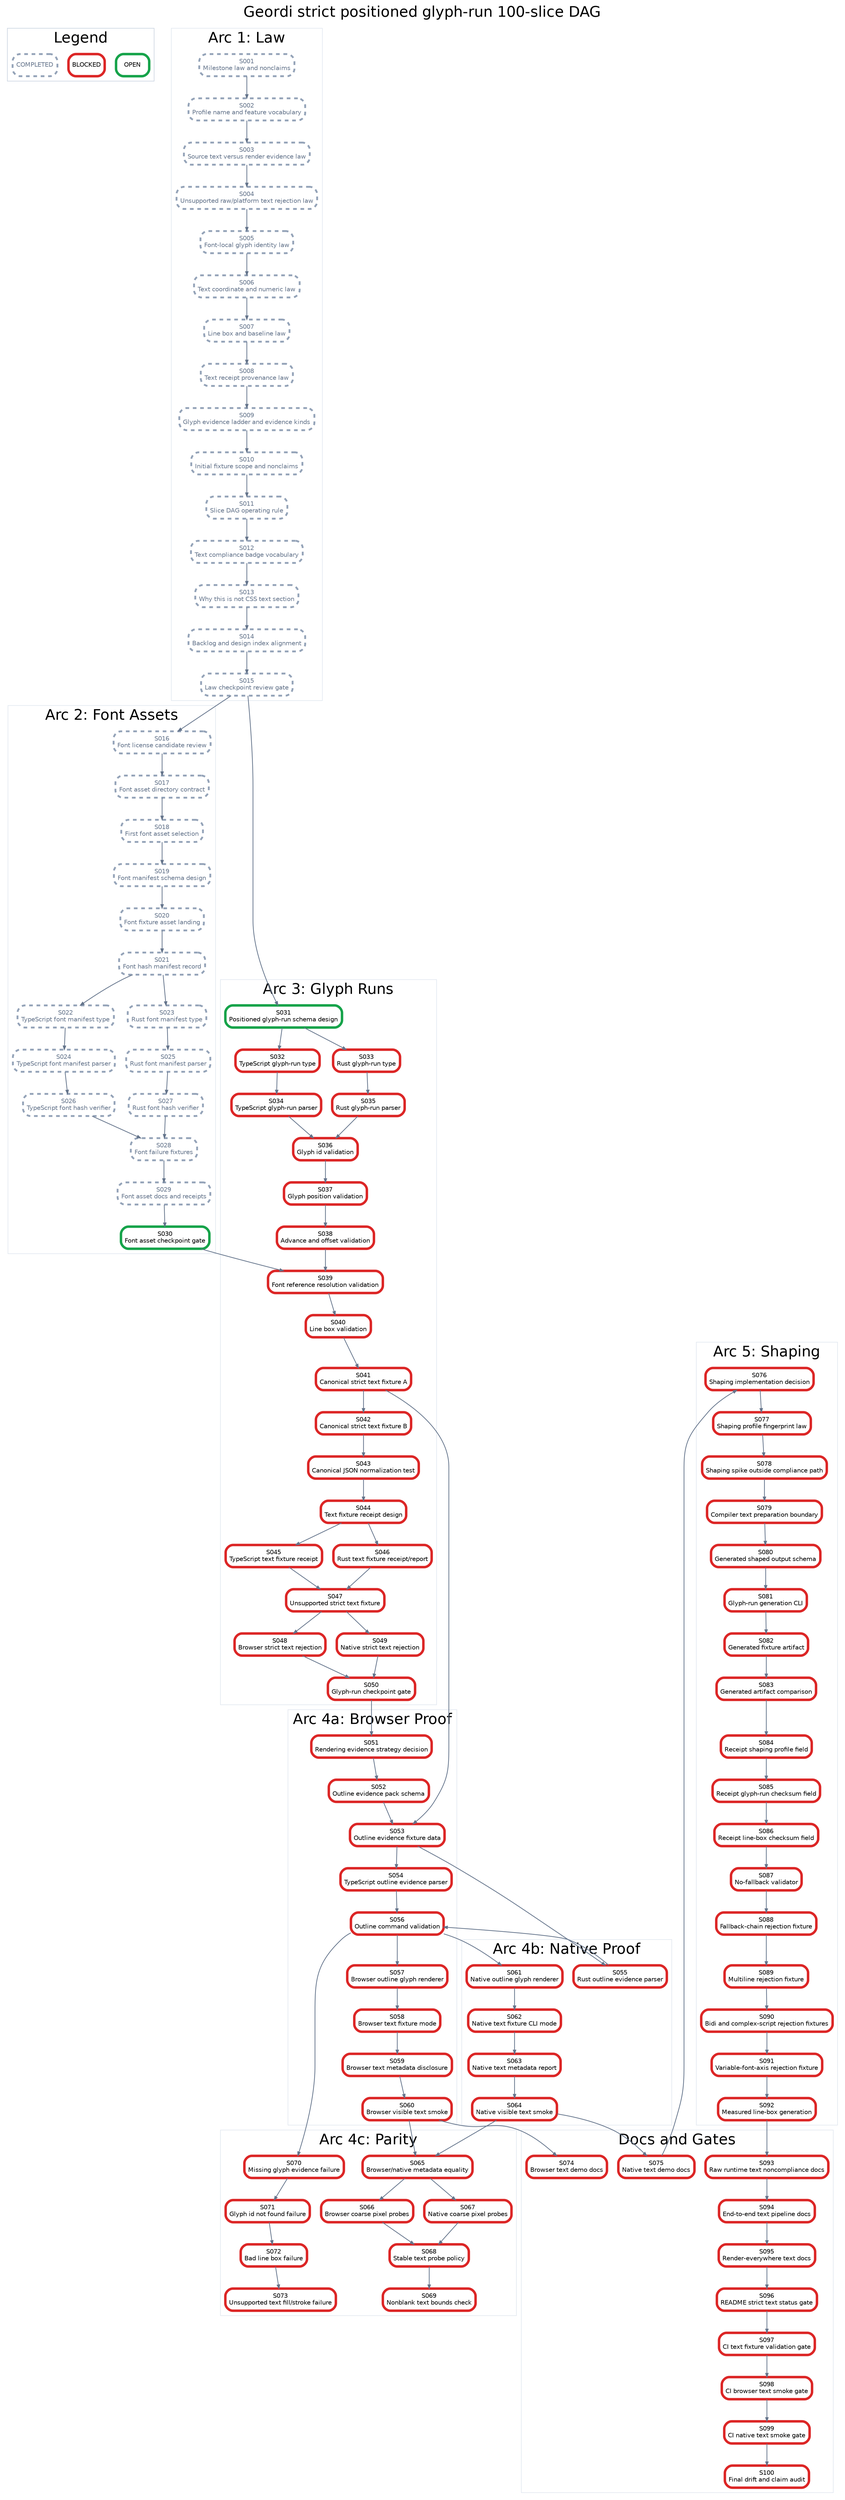
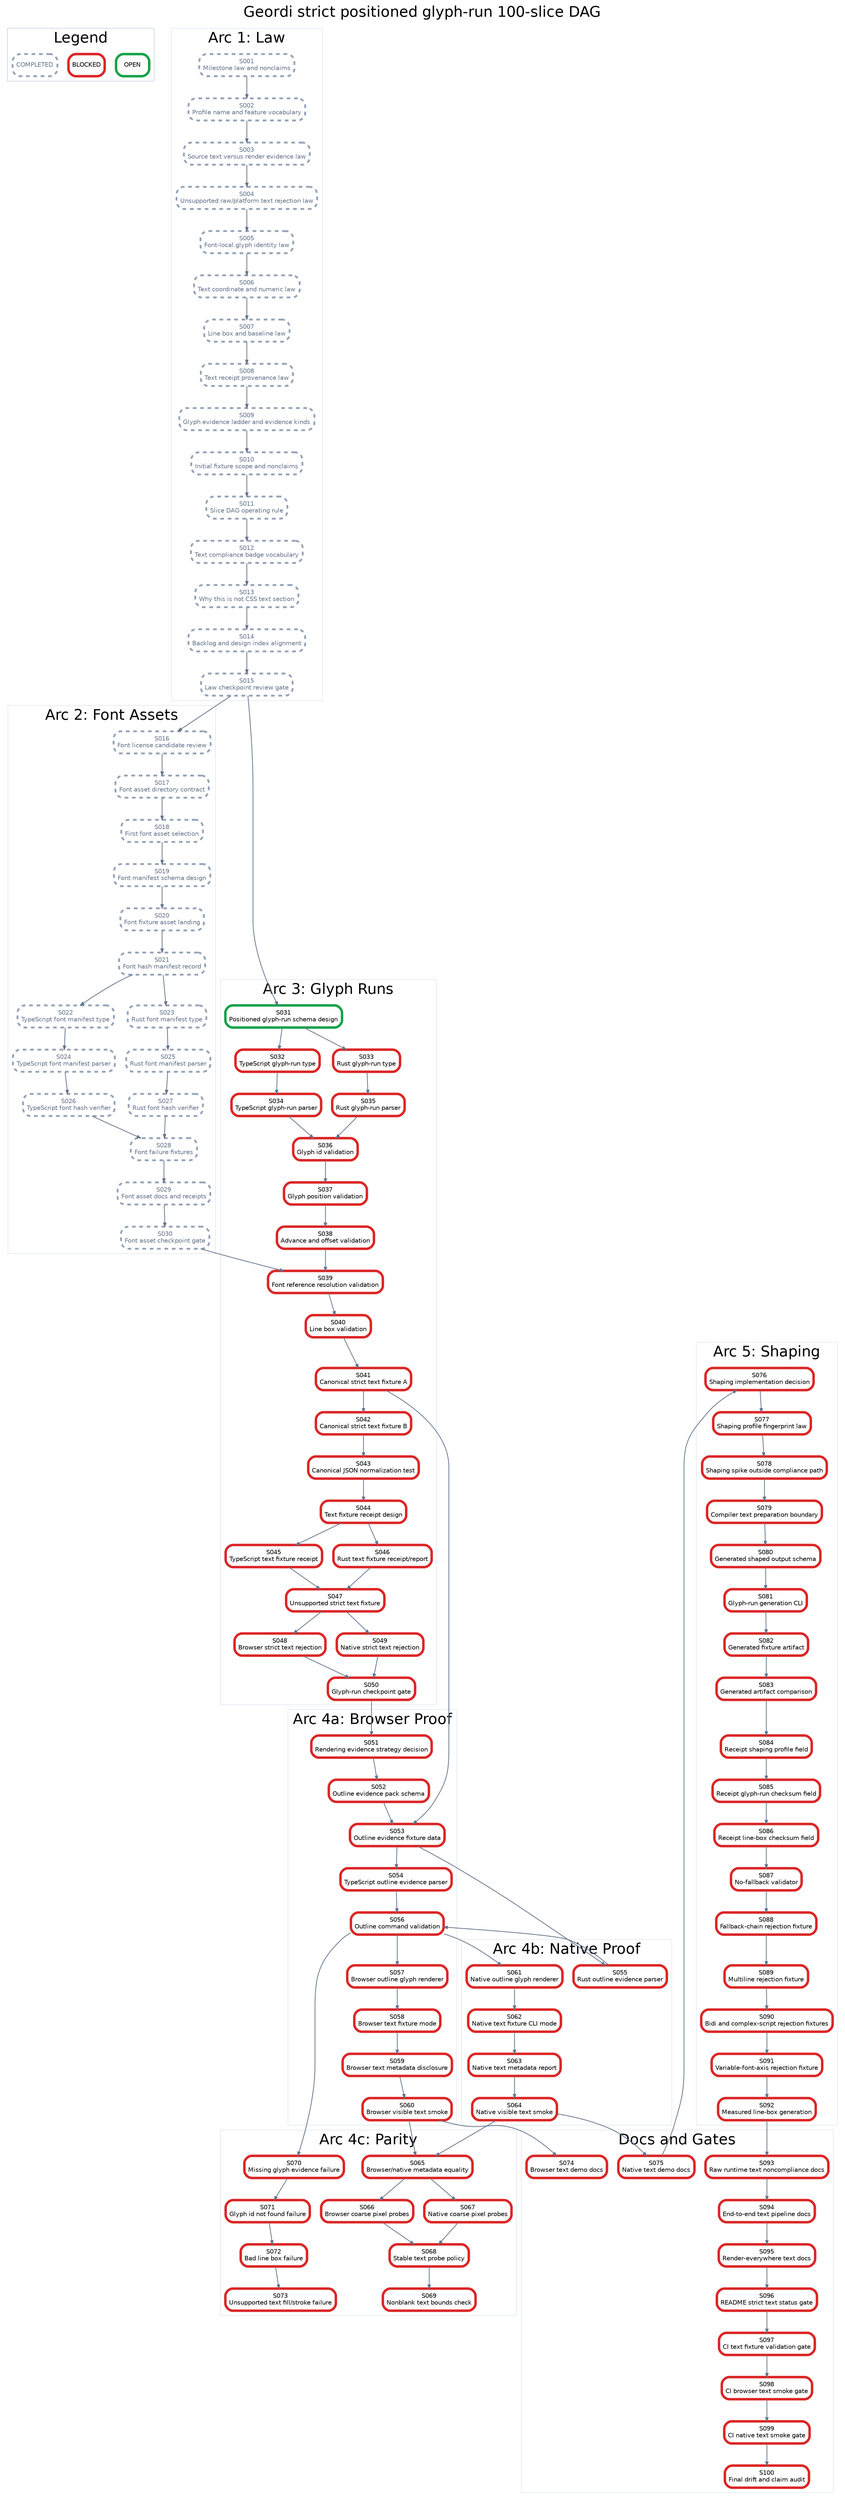
digraph StrictPositionedGlyphRunPlan {
  graph [rankdir=TB, bgcolor="white", fontname="Helvetica", label="Geordi strict positioned glyph-run 100-slice DAG", labelloc="t", fontsize=24];
  node [shape=box, style="rounded,filled", fillcolor="white", fontname="Helvetica", fontsize=10, margin="0.08,0.05"];
  edge [color="#64748b", arrowsize=0.6, penwidth=1.2];

  subgraph cluster_legend {
    label="Legend";
    color="#cbd5e1";
    legend_open [label="OPEN", color="#16a34a", penwidth=4];
    legend_blocked [label="BLOCKED", color="#dc2626", penwidth=4];
    legend_done [label="COMPLETED", color="#94a3b8", penwidth=3, style="rounded,filled,dashed", fontcolor="#64748b"];
  }

  subgraph cluster_law {
    label="Arc 1: Law";
    color="#e2e8f0";
    S001 [label="S001\nMilestone law and nonclaims", color="#94a3b8", penwidth=3, style="rounded,filled,dashed", fontcolor="#64748b"];
    S002 [label="S002\nProfile name and feature vocabulary", color="#94a3b8", penwidth=3, style="rounded,filled,dashed", fontcolor="#64748b"];
    S003 [label="S003\nSource text versus render evidence law", color="#94a3b8", penwidth=3, style="rounded,filled,dashed", fontcolor="#64748b"];
    S004 [label="S004\nUnsupported raw/platform text rejection law", color="#94a3b8", penwidth=3, style="rounded,filled,dashed", fontcolor="#64748b"];
    S005 [label="S005\nFont-local glyph identity law", color="#94a3b8", penwidth=3, style="rounded,filled,dashed", fontcolor="#64748b"];
    S006 [label="S006\nText coordinate and numeric law", color="#94a3b8", penwidth=3, style="rounded,filled,dashed", fontcolor="#64748b"];
    S007 [label="S007\nLine box and baseline law", color="#94a3b8", penwidth=3, style="rounded,filled,dashed", fontcolor="#64748b"];
    S008 [label="S008\nText receipt provenance law", color="#94a3b8", penwidth=3, style="rounded,filled,dashed", fontcolor="#64748b"];
    S009 [label="S009\nGlyph evidence ladder and evidence kinds", color="#94a3b8", penwidth=3, style="rounded,filled,dashed", fontcolor="#64748b"];
    S010 [label="S010\nInitial fixture scope and nonclaims", color="#94a3b8", penwidth=3, style="rounded,filled,dashed", fontcolor="#64748b"];
    S011 [label="S011\nSlice DAG operating rule", color="#94a3b8", penwidth=3, style="rounded,filled,dashed", fontcolor="#64748b"];
    S012 [label="S012\nText compliance badge vocabulary", color="#94a3b8", penwidth=3, style="rounded,filled,dashed", fontcolor="#64748b"];
    S013 [label="S013\nWhy this is not CSS text section", color="#94a3b8", penwidth=3, style="rounded,filled,dashed", fontcolor="#64748b"];
    S014 [label="S014\nBacklog and design index alignment", color="#94a3b8", penwidth=3, style="rounded,filled,dashed", fontcolor="#64748b"];
    S015 [label="S015\nLaw checkpoint review gate", color="#94a3b8", penwidth=3, style="rounded,filled,dashed", fontcolor="#64748b"];
  }

  subgraph cluster_assets {
    label="Arc 2: Font Assets";
    color="#e2e8f0";
    S016 [label="S016\nFont license candidate review", color="#94a3b8", penwidth=3, style="rounded,filled,dashed", fontcolor="#64748b"];
    S017 [label="S017\nFont asset directory contract", color="#94a3b8", penwidth=3, style="rounded,filled,dashed", fontcolor="#64748b"];
    S018 [label="S018\nFirst font asset selection", color="#94a3b8", penwidth=3, style="rounded,filled,dashed", fontcolor="#64748b"];
    S019 [label="S019\nFont manifest schema design", color="#94a3b8", penwidth=3, style="rounded,filled,dashed", fontcolor="#64748b"];
    S020 [label="S020\nFont fixture asset landing", color="#94a3b8", penwidth=3, style="rounded,filled,dashed", fontcolor="#64748b"];
    S021 [label="S021\nFont hash manifest record", color="#94a3b8", penwidth=3, style="rounded,filled,dashed", fontcolor="#64748b"];
    S022 [label="S022\nTypeScript font manifest type", color="#94a3b8", penwidth=3, style="rounded,filled,dashed", fontcolor="#64748b"];
    S023 [label="S023\nRust font manifest type", color="#94a3b8", penwidth=3, style="rounded,filled,dashed", fontcolor="#64748b"];
    S024 [label="S024\nTypeScript font manifest parser", color="#94a3b8", penwidth=3, style="rounded,filled,dashed", fontcolor="#64748b"];
    S025 [label="S025\nRust font manifest parser", color="#94a3b8", penwidth=3, style="rounded,filled,dashed", fontcolor="#64748b"];
    S026 [label="S026\nTypeScript font hash verifier", color="#94a3b8", penwidth=3, style="rounded,filled,dashed", fontcolor="#64748b"];
    S027 [label="S027\nRust font hash verifier", color="#94a3b8", penwidth=3, style="rounded,filled,dashed", fontcolor="#64748b"];
    S028 [label="S028\nFont failure fixtures", color="#94a3b8", penwidth=3, style="rounded,filled,dashed", fontcolor="#64748b"];
    S029 [label="S029\nFont asset docs and receipts", color="#94a3b8", penwidth=3, style="rounded,filled,dashed", fontcolor="#64748b"];
-     S030 [label="S030\nFont asset checkpoint gate", color="#16a34a", penwidth=4];
+     S030 [label="S030\nFont asset checkpoint gate", color="#94a3b8", penwidth=3, style="rounded,filled,dashed", fontcolor="#64748b"];
  }

  subgraph cluster_glyph {
    label="Arc 3: Glyph Runs";
    color="#e2e8f0";
    S031 [label="S031\nPositioned glyph-run schema design", color="#16a34a", penwidth=4];
    S032 [label="S032\nTypeScript glyph-run type", color="#dc2626", penwidth=4];
    S033 [label="S033\nRust glyph-run type", color="#dc2626", penwidth=4];
    S034 [label="S034\nTypeScript glyph-run parser", color="#dc2626", penwidth=4];
    S035 [label="S035\nRust glyph-run parser", color="#dc2626", penwidth=4];
    S036 [label="S036\nGlyph id validation", color="#dc2626", penwidth=4];
    S037 [label="S037\nGlyph position validation", color="#dc2626", penwidth=4];
    S038 [label="S038\nAdvance and offset validation", color="#dc2626", penwidth=4];
    S039 [label="S039\nFont reference resolution validation", color="#dc2626", penwidth=4];
    S040 [label="S040\nLine box validation", color="#dc2626", penwidth=4];
    S041 [label="S041\nCanonical strict text fixture A", color="#dc2626", penwidth=4];
    S042 [label="S042\nCanonical strict text fixture B", color="#dc2626", penwidth=4];
    S043 [label="S043\nCanonical JSON normalization test", color="#dc2626", penwidth=4];
    S044 [label="S044\nText fixture receipt design", color="#dc2626", penwidth=4];
    S045 [label="S045\nTypeScript text fixture receipt", color="#dc2626", penwidth=4];
    S046 [label="S046\nRust text fixture receipt/report", color="#dc2626", penwidth=4];
    S047 [label="S047\nUnsupported strict text fixture", color="#dc2626", penwidth=4];
    S048 [label="S048\nBrowser strict text rejection", color="#dc2626", penwidth=4];
    S049 [label="S049\nNative strict text rejection", color="#dc2626", penwidth=4];
    S050 [label="S050\nGlyph-run checkpoint gate", color="#dc2626", penwidth=4];
  }

  subgraph cluster_browser {
    label="Arc 4a: Browser Proof";
    color="#e2e8f0";
    S051 [label="S051\nRendering evidence strategy decision", color="#dc2626", penwidth=4];
    S052 [label="S052\nOutline evidence pack schema", color="#dc2626", penwidth=4];
    S053 [label="S053\nOutline evidence fixture data", color="#dc2626", penwidth=4];
    S054 [label="S054\nTypeScript outline evidence parser", color="#dc2626", penwidth=4];
    S056 [label="S056\nOutline command validation", color="#dc2626", penwidth=4];
    S057 [label="S057\nBrowser outline glyph renderer", color="#dc2626", penwidth=4];
    S058 [label="S058\nBrowser text fixture mode", color="#dc2626", penwidth=4];
    S059 [label="S059\nBrowser text metadata disclosure", color="#dc2626", penwidth=4];
    S060 [label="S060\nBrowser visible text smoke", color="#dc2626", penwidth=4];
  }

  subgraph cluster_native {
    label="Arc 4b: Native Proof";
    color="#e2e8f0";
    S055 [label="S055\nRust outline evidence parser", color="#dc2626", penwidth=4];
    S061 [label="S061\nNative outline glyph renderer", color="#dc2626", penwidth=4];
    S062 [label="S062\nNative text fixture CLI mode", color="#dc2626", penwidth=4];
    S063 [label="S063\nNative text metadata report", color="#dc2626", penwidth=4];
    S064 [label="S064\nNative visible text smoke", color="#dc2626", penwidth=4];
  }

  subgraph cluster_parity {
    label="Arc 4c: Parity";
    color="#e2e8f0";
    S065 [label="S065\nBrowser/native metadata equality", color="#dc2626", penwidth=4];
    S066 [label="S066\nBrowser coarse pixel probes", color="#dc2626", penwidth=4];
    S067 [label="S067\nNative coarse pixel probes", color="#dc2626", penwidth=4];
    S068 [label="S068\nStable text probe policy", color="#dc2626", penwidth=4];
    S069 [label="S069\nNonblank text bounds check", color="#dc2626", penwidth=4];
    S070 [label="S070\nMissing glyph evidence failure", color="#dc2626", penwidth=4];
    S071 [label="S071\nGlyph id not found failure", color="#dc2626", penwidth=4];
    S072 [label="S072\nBad line box failure", color="#dc2626", penwidth=4];
    S073 [label="S073\nUnsupported text fill/stroke failure", color="#dc2626", penwidth=4];
  }

  subgraph cluster_shaping {
    label="Arc 5: Shaping";
    color="#e2e8f0";
    S076 [label="S076\nShaping implementation decision", color="#dc2626", penwidth=4];
    S077 [label="S077\nShaping profile fingerprint law", color="#dc2626", penwidth=4];
    S078 [label="S078\nShaping spike outside compliance path", color="#dc2626", penwidth=4];
    S079 [label="S079\nCompiler text preparation boundary", color="#dc2626", penwidth=4];
    S080 [label="S080\nGenerated shaped output schema", color="#dc2626", penwidth=4];
    S081 [label="S081\nGlyph-run generation CLI", color="#dc2626", penwidth=4];
    S082 [label="S082\nGenerated fixture artifact", color="#dc2626", penwidth=4];
    S083 [label="S083\nGenerated artifact comparison", color="#dc2626", penwidth=4];
    S084 [label="S084\nReceipt shaping profile field", color="#dc2626", penwidth=4];
    S085 [label="S085\nReceipt glyph-run checksum field", color="#dc2626", penwidth=4];
    S086 [label="S086\nReceipt line-box checksum field", color="#dc2626", penwidth=4];
    S087 [label="S087\nNo-fallback validator", color="#dc2626", penwidth=4];
    S088 [label="S088\nFallback-chain rejection fixture", color="#dc2626", penwidth=4];
    S089 [label="S089\nMultiline rejection fixture", color="#dc2626", penwidth=4];
    S090 [label="S090\nBidi and complex-script rejection fixtures", color="#dc2626", penwidth=4];
    S091 [label="S091\nVariable-font-axis rejection fixture", color="#dc2626", penwidth=4];
    S092 [label="S092\nMeasured line-box generation", color="#dc2626", penwidth=4];
  }

  subgraph cluster_docs {
    label="Docs and Gates";
    color="#e2e8f0";
    S074 [label="S074\nBrowser text demo docs", color="#dc2626", penwidth=4];
    S075 [label="S075\nNative text demo docs", color="#dc2626", penwidth=4];
    S093 [label="S093\nRaw runtime text noncompliance docs", color="#dc2626", penwidth=4];
    S094 [label="S094\nEnd-to-end text pipeline docs", color="#dc2626", penwidth=4];
    S095 [label="S095\nRender-everywhere text docs", color="#dc2626", penwidth=4];
    S096 [label="S096\nREADME strict text status gate", color="#dc2626", penwidth=4];
    S097 [label="S097\nCI text fixture validation gate", color="#dc2626", penwidth=4];
    S098 [label="S098\nCI browser text smoke gate", color="#dc2626", penwidth=4];
    S099 [label="S099\nCI native text smoke gate", color="#dc2626", penwidth=4];
    S100 [label="S100\nFinal drift and claim audit", color="#dc2626", penwidth=4];
  }

  S001 -> S002;
  S002 -> S003;
  S003 -> S004;
  S004 -> S005;
  S005 -> S006;
  S006 -> S007;
  S007 -> S008;
  S008 -> S009;
  S009 -> S010;
  S010 -> S011;
  S011 -> S012;
  S012 -> S013;
  S013 -> S014;
  S014 -> S015;
  S015 -> S016;
  S016 -> S017;
  S017 -> S018;
  S018 -> S019;
  S019 -> S020;
  S020 -> S021;
  S021 -> S022;
  S021 -> S023;
  S022 -> S024;
  S023 -> S025;
  S024 -> S026;
  S025 -> S027;
  S026 -> S028;
  S027 -> S028;
  S028 -> S029;
  S029 -> S030;
  S015 -> S031;
  S031 -> S032;
  S031 -> S033;
  S032 -> S034;
  S033 -> S035;
  S034 -> S036;
  S035 -> S036;
  S036 -> S037;
  S037 -> S038;
  S038 -> S039;
  S039 -> S040;
  S030 -> S039;
  S040 -> S041;
  S041 -> S042;
  S042 -> S043;
  S043 -> S044;
  S044 -> S045;
  S044 -> S046;
  S045 -> S047;
  S046 -> S047;
  S047 -> S048;
  S047 -> S049;
  S048 -> S050;
  S049 -> S050;
  S050 -> S051;
  S051 -> S052;
  S052 -> S053;
  S041 -> S053;
  S053 -> S054;
  S053 -> S055;
  S054 -> S056;
  S055 -> S056;
  S056 -> S057;
  S057 -> S058;
  S058 -> S059;
  S059 -> S060;
  S056 -> S061;
  S061 -> S062;
  S062 -> S063;
  S063 -> S064;
  S060 -> S065;
  S064 -> S065;
  S065 -> S066;
  S065 -> S067;
  S066 -> S068;
  S067 -> S068;
  S068 -> S069;
  S056 -> S070;
  S070 -> S071;
  S071 -> S072;
  S072 -> S073;
  S060 -> S074;
  S064 -> S075;
  S075 -> S076;
  S076 -> S077;
  S077 -> S078;
  S078 -> S079;
  S079 -> S080;
  S080 -> S081;
  S081 -> S082;
  S082 -> S083;
  S083 -> S084;
  S084 -> S085;
  S085 -> S086;
  S086 -> S087;
  S087 -> S088;
  S088 -> S089;
  S089 -> S090;
  S090 -> S091;
  S091 -> S092;
  S092 -> S093;
  S093 -> S094;
  S094 -> S095;
  S095 -> S096;
  S096 -> S097;
  S097 -> S098;
  S098 -> S099;
  S099 -> S100;
}
